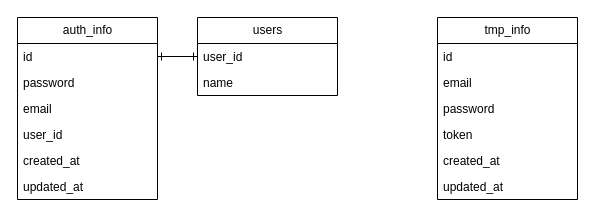
Earlier version of the draw.io diagram docs/drawio-files/DBテーブル定義.drawio (yoshiyuki-140/mail-auth-function). Source tidied: cells renumbered, new cells numbered last; positions are measured from the earlier drawing's top-left corner, leaving out a move shared by most shapes. Both pictures are drawn from the tidied source at 100%, with x=0, y=0 at pixel (17, 17).
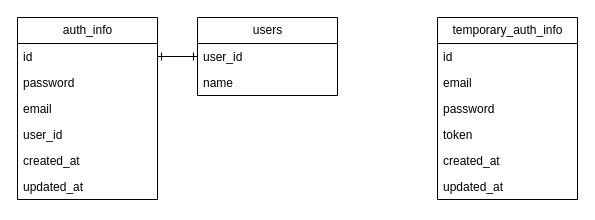
Above is the later version.

Commit message (it also covers changes not shown here):
update : drawioファイルを改変

The edit, as a diff of the source:
```diff
@@
 <mxGraphModel>
   <root>
     <mxCell id="0" />
     <mxCell id="1" parent="0" />
     <mxCell id="2" value="auth_info" style="swimlane;fontStyle=0;horizontal=1;startSize=26;fillColor=none;html=1;" parent="1" vertex="1">
       <mxGeometry width="140" height="182" as="geometry" />
     </mxCell>
     <mxCell id="3" value="id" style="text;strokeColor=none;fillColor=none;align=left;verticalAlign=top;spacingLeft=4;spacingRight=4;overflow=hidden;points=[[0,0.5],[1,0.5]];portConstraint=eastwest;whiteSpace=wrap;html=1;" parent="2" vertex="1">
       <mxGeometry y="26" width="140" height="26" as="geometry" />
     </mxCell>
     <mxCell id="4" value="password" style="text;strokeColor=none;fillColor=none;align=left;verticalAlign=top;spacingLeft=4;spacingRight=4;overflow=hidden;whiteSpace=wrap;html=1;" parent="2" vertex="1">
       <mxGeometry y="52" width="140" height="26" as="geometry" />
     </mxCell>
     <mxCell id="5" value="email" style="text;strokeColor=none;fillColor=none;align=left;verticalAlign=top;spacingLeft=4;spacingRight=4;overflow=hidden;whiteSpace=wrap;html=1;" parent="2" vertex="1">
       <mxGeometry y="78" width="140" height="26" as="geometry" />
     </mxCell>
     <mxCell id="6" value="user_id" style="text;strokeColor=none;fillColor=none;align=left;verticalAlign=top;spacingLeft=4;spacingRight=4;overflow=hidden;whiteSpace=wrap;html=1;" parent="2" vertex="1">
       <mxGeometry y="104" width="140" height="26" as="geometry" />
     </mxCell>
     <mxCell id="7" value="created_at" style="text;strokeColor=none;fillColor=none;align=left;verticalAlign=top;spacingLeft=4;spacingRight=4;overflow=hidden;whiteSpace=wrap;html=1;" parent="2" vertex="1">
       <mxGeometry y="130" width="140" height="26" as="geometry" />
     </mxCell>
     <mxCell id="8" value="updated_at" style="text;strokeColor=none;fillColor=none;align=left;verticalAlign=top;spacingLeft=4;spacingRight=4;overflow=hidden;whiteSpace=wrap;html=1;" parent="2" vertex="1">
       <mxGeometry y="156" width="140" height="26" as="geometry" />
     </mxCell>
     <mxCell id="9" value="users" style="swimlane;fontStyle=0;horizontal=1;startSize=26;fillColor=none;html=1;" parent="1" vertex="1">
       <mxGeometry x="180" width="140" height="78" as="geometry" />
     </mxCell>
     <mxCell id="10" value="user_id" style="text;strokeColor=none;fillColor=none;align=left;verticalAlign=top;spacingLeft=4;spacingRight=4;overflow=hidden;points=[[0,0.5],[1,0.5]];portConstraint=eastwest;whiteSpace=wrap;html=1;" parent="9" vertex="1">
       <mxGeometry y="26" width="140" height="26" as="geometry" />
     </mxCell>
     <mxCell id="11" value="name" style="text;strokeColor=none;fillColor=none;align=left;verticalAlign=top;spacingLeft=4;spacingRight=4;overflow=hidden;whiteSpace=wrap;html=1;" parent="9" vertex="1">
       <mxGeometry y="52" width="140" height="26" as="geometry" />
     </mxCell>
     <mxCell id="12" style="edgeStyle=orthogonalEdgeStyle;rounded=0;jettySize=auto;html=1;exitX=1;exitY=0.5;exitDx=0;exitDy=0;entryX=0;entryY=0.5;entryDx=0;entryDy=0;startArrow=ERone;startFill=0;endArrow=ERone;endFill=0;" parent="1" edge="1" source="3" target="10">
       <mxGeometry relative="1" as="geometry" />
     </mxCell>
-    <mxCell id="13" value="tmp_info" style="swimlane;fontStyle=0;horizontal=1;startSize=26;fillColor=none;html=1;" parent="1" vertex="1">
+    <mxCell id="13" value="temporary_auth_&lt;span style=&quot;background-color: initial;&quot;&gt;info&lt;/span&gt;" style="swimlane;fontStyle=0;horizontal=1;startSize=26;fillColor=none;html=1;" parent="1" vertex="1">
       <mxGeometry x="420" width="140" height="182" as="geometry" />
     </mxCell>
     <mxCell id="14" value="id" style="text;strokeColor=none;fillColor=none;align=left;verticalAlign=top;spacingLeft=4;spacingRight=4;overflow=hidden;whiteSpace=wrap;html=1;" parent="13" vertex="1">
       <mxGeometry y="26" width="140" height="26" as="geometry" />
     </mxCell>
     <mxCell id="15" value="email" style="text;strokeColor=none;fillColor=none;align=left;verticalAlign=top;spacingLeft=4;spacingRight=4;overflow=hidden;whiteSpace=wrap;html=1;" parent="13" vertex="1">
       <mxGeometry y="52" width="140" height="26" as="geometry" />
     </mxCell>
     <mxCell id="16" value="password" style="text;strokeColor=none;fillColor=none;align=left;verticalAlign=top;spacingLeft=4;spacingRight=4;overflow=hidden;whiteSpace=wrap;html=1;" parent="13" vertex="1">
       <mxGeometry y="78" width="140" height="26" as="geometry" />
     </mxCell>
     <mxCell id="17" value="token" style="text;strokeColor=none;fillColor=none;align=left;verticalAlign=top;spacingLeft=4;spacingRight=4;overflow=hidden;whiteSpace=wrap;html=1;" parent="13" vertex="1">
       <mxGeometry y="104" width="140" height="26" as="geometry" />
     </mxCell>
     <mxCell id="18" value="created_at" style="text;strokeColor=none;fillColor=none;align=left;verticalAlign=top;spacingLeft=4;spacingRight=4;overflow=hidden;whiteSpace=wrap;html=1;" parent="13" vertex="1">
       <mxGeometry y="130" width="140" height="26" as="geometry" />
     </mxCell>
     <mxCell id="19" value="updated_at" style="text;strokeColor=none;fillColor=none;align=left;verticalAlign=top;spacingLeft=4;spacingRight=4;overflow=hidden;whiteSpace=wrap;html=1;" parent="13" vertex="1">
       <mxGeometry y="156" width="140" height="26" as="geometry" />
     </mxCell>
   </root>
 </mxGraphModel>
```
